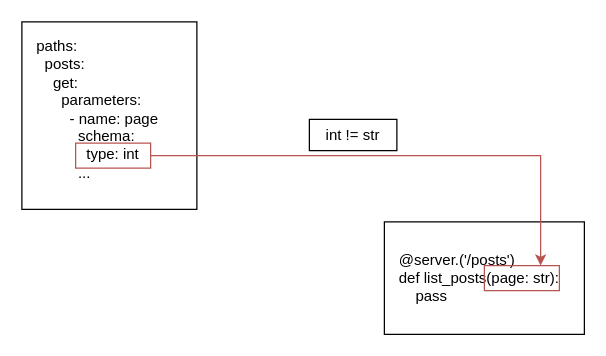
abunuwas/conferences-images keeps this draw.io diagram as relio.drawio. Above is the earlier version. Source tidied: cells renumbered, new cells numbered last; positions are measured from the earlier drawing's top-left corner, leaving out a move shared by most shapes. Both pictures are drawn from the tidied source at 125%, with x=0, y=0 at pixel (21, 21).
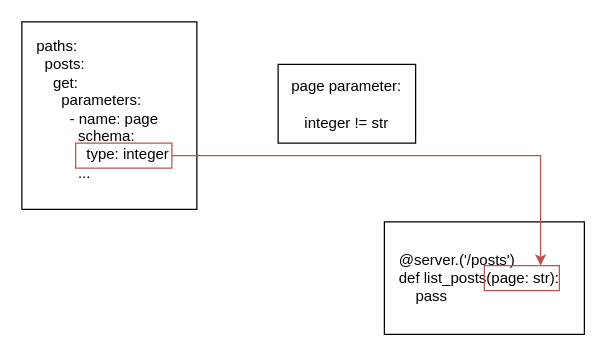
After the change.

What changed in the source:
```diff
@@
 <mxGraphModel>
   <root>
     <mxCell id="0" />
     <mxCell id="1" parent="0" />
     <mxCell id="2" style="rounded=0;whiteSpace=wrap;html=1;" parent="1" vertex="1">
       <mxGeometry x="290" y="160" width="160" height="90" as="geometry" />
     </mxCell>
     <mxCell id="3" style="rounded=0;whiteSpace=wrap;html=1;" parent="1" vertex="1">
       <mxGeometry width="140" height="150" as="geometry" />
     </mxCell>
     <mxCell id="4" value="@server.('/posts')&lt;br&gt;def list_posts(page: str):&lt;br&gt;&amp;nbsp; &amp;nbsp; pass" style="rounded=0;whiteSpace=wrap;html=1;align=left;strokeColor=none;" parent="1" vertex="1">
       <mxGeometry x="300" y="170" width="140" height="70" as="geometry" />
     </mxCell>
-    <mxCell id="5" value="paths:&lt;br&gt;&amp;nbsp; posts:&lt;br&gt;&amp;nbsp; &amp;nbsp; get:&lt;br&gt;&amp;nbsp; &amp;nbsp; &amp;nbsp; parameters:&lt;br&gt;&amp;nbsp; &amp;nbsp; &amp;nbsp; &amp;nbsp; - name: page&lt;br&gt;&amp;nbsp; &amp;nbsp; &amp;nbsp; &amp;nbsp; &amp;nbsp; schema:&lt;br&gt;&amp;nbsp; &amp;nbsp; &amp;nbsp; &amp;nbsp; &amp;nbsp; &amp;nbsp; type: int&lt;br&gt;&amp;nbsp; &amp;nbsp; &amp;nbsp; &amp;nbsp; &amp;nbsp; ..." style="rounded=0;whiteSpace=wrap;html=1;align=left;strokeColor=none;" parent="1" vertex="1">
+    <mxCell id="5" value="paths:&lt;br&gt;&amp;nbsp; posts:&lt;br&gt;&amp;nbsp; &amp;nbsp; get:&lt;br&gt;&amp;nbsp; &amp;nbsp; &amp;nbsp; parameters:&lt;br&gt;&amp;nbsp; &amp;nbsp; &amp;nbsp; &amp;nbsp; - name: page&lt;br&gt;&amp;nbsp; &amp;nbsp; &amp;nbsp; &amp;nbsp; &amp;nbsp; schema:&lt;br&gt;&amp;nbsp; &amp;nbsp; &amp;nbsp; &amp;nbsp; &amp;nbsp; &amp;nbsp; type: integer&lt;br&gt;&amp;nbsp; &amp;nbsp; &amp;nbsp; &amp;nbsp; &amp;nbsp; ..." style="rounded=0;whiteSpace=wrap;html=1;align=left;strokeColor=none;" parent="1" vertex="1">
       <mxGeometry x="10" y="10" width="110" height="120" as="geometry" />
     </mxCell>
     <mxCell id="6" style="edgeStyle=orthogonalEdgeStyle;rounded=0;jettySize=auto;html=1;entryX=0.75;entryY=0;entryDx=0;entryDy=0;fillColor=#f8cecc;strokeColor=#b85450;" parent="1" edge="1" source="7" target="8">
       <mxGeometry relative="1" as="geometry" />
     </mxCell>
     <mxCell id="7" style="rounded=0;whiteSpace=wrap;html=1;fillColor=none;strokeColor=#b85450;" parent="1" vertex="1">
-      <mxGeometry x="43" y="97" width="60" height="20" as="geometry" />
+      <mxGeometry x="43" y="97" width="77" height="20" as="geometry" />
     </mxCell>
     <mxCell id="8" style="rounded=0;whiteSpace=wrap;html=1;fillColor=none;strokeColor=#b85450;" parent="1" vertex="1">
       <mxGeometry x="370" y="195" width="60" height="20" as="geometry" />
     </mxCell>
-    <mxCell id="9" value="int != str" style="rounded=0;whiteSpace=wrap;html=1;" parent="1" vertex="1">
-      <mxGeometry x="230" y="78" width="70" height="25" as="geometry" />
+    <mxCell id="9" value="page parameter:&lt;br&gt;&lt;br&gt;integer != str" style="rounded=0;whiteSpace=wrap;html=1;" parent="1" vertex="1">
+      <mxGeometry x="205" y="34" width="110" height="63" as="geometry" />
     </mxCell>
   </root>
 </mxGraphModel>
```
